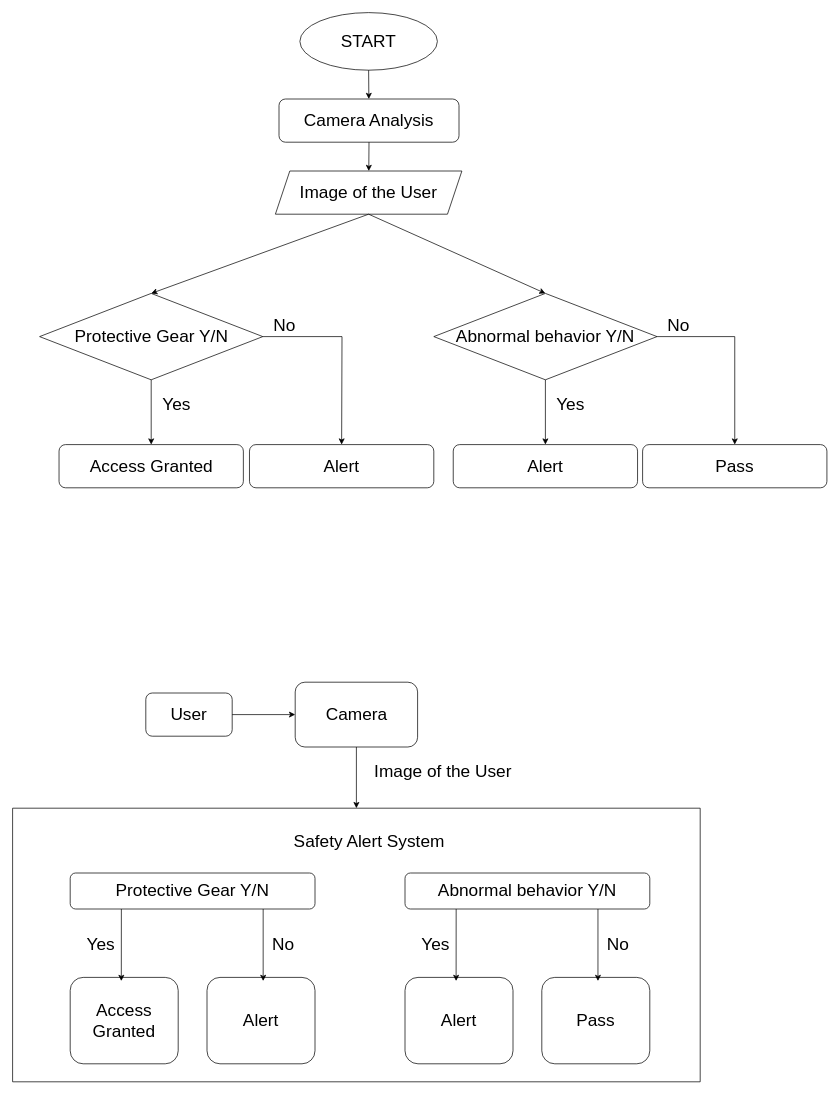
This is 4주차/자료/FlowChartsystem.drawio from JaeHyung-Jung/UNDERDOG, a draw.io file, before an edit. Source tidied: cells renumbered, new cells numbered last; positions are measured from the earlier drawing's top-left corner, leaving out a move shared by most shapes. Both pictures are drawn from the tidied source at 72%, with x=0, y=0 at pixel (12, 12).
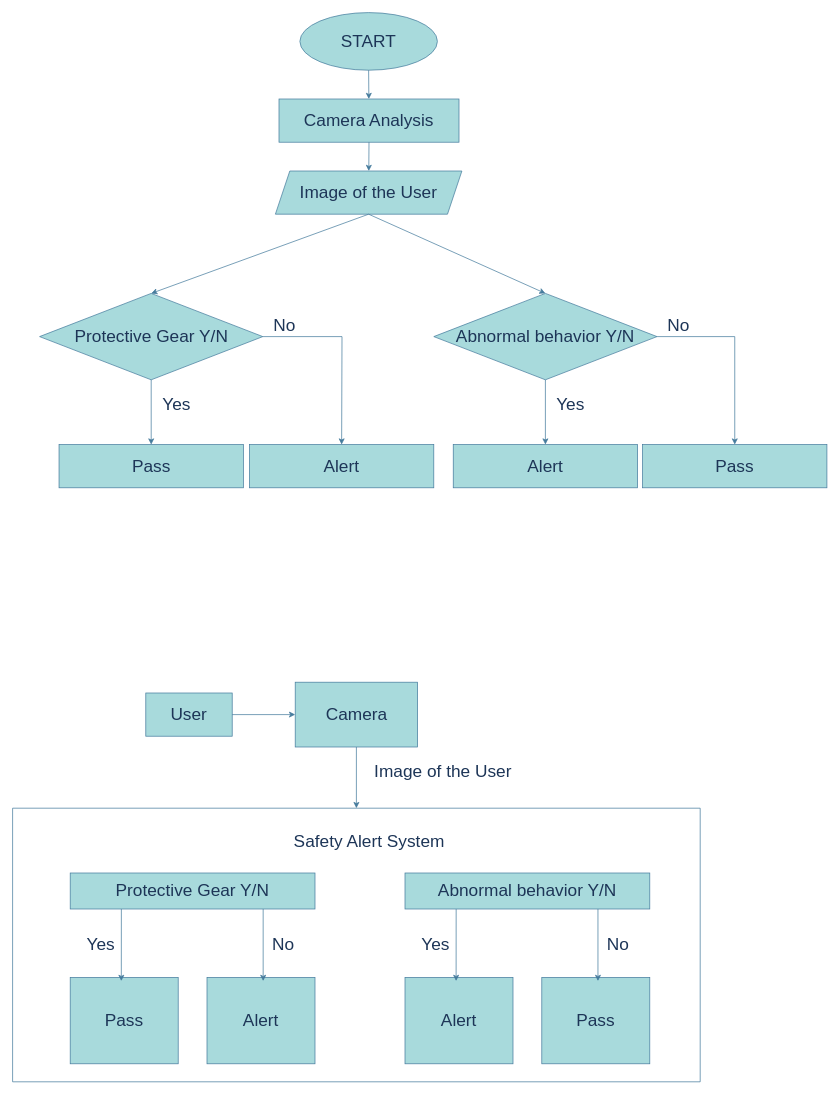
The same page after the edit.

Change to the diagram source:
```diff
@@
-<mxGraphModel>
+<mxGraphModel background="#ffffff">
@@
-    <mxCell id="2" value="User" style="rounded=1;whiteSpace=wrap;html=1;fontSize=24;" parent="1" vertex="1">
+    <mxCell id="2" value="User" style="rounded=0;whiteSpace=wrap;html=1;fontSize=24;fillColor=#A8DADC;strokeColor=#457B9D;fontColor=#1D3557;" parent="1" vertex="1">
       <mxGeometry x="185" y="945" width="120" height="60" as="geometry" />
     </mxCell>
-    <mxCell id="3" value="Camera" style="rounded=1;whiteSpace=wrap;html=1;fontSize=24;" parent="1" vertex="1">
+    <mxCell id="3" value="Camera" style="rounded=0;whiteSpace=wrap;html=1;fontSize=24;fillColor=#A8DADC;strokeColor=#457B9D;fontColor=#1D3557;" parent="1" vertex="1">
       <mxGeometry x="392.5" y="930" width="170" height="90" as="geometry" />
     </mxCell>
-    <mxCell id="4" style="endArrow=classic;html=1;rounded=0;fontSize=24;exitX=1;exitY=0.5;exitDx=0;exitDy=0;entryX=0;entryY=0.5;entryDx=0;entryDy=0;" parent="1" edge="1" source="2" target="3">
+    <mxCell id="4" style="endArrow=classic;html=1;rounded=0;fontSize=24;exitX=1;exitY=0.5;exitDx=0;exitDy=0;entryX=0;entryY=0.5;entryDx=0;entryDy=0;labelBackgroundColor=#F1FAEE;strokeColor=#457B9D;fontColor=#1D3557;" parent="1" edge="1" source="2" target="3">
       <mxGeometry relative="1" as="geometry" />
     </mxCell>
-    <mxCell id="5" style="endArrow=classic;html=1;rounded=0;fontSize=24;exitX=0.5;exitY=1;exitDx=0;exitDy=0;entryX=0.5;entryY=0;entryDx=0;entryDy=0;" parent="1" edge="1" source="3" target="6">
+    <mxCell id="5" style="endArrow=classic;html=1;rounded=0;fontSize=24;exitX=0.5;exitY=1;exitDx=0;exitDy=0;entryX=0.5;entryY=0;entryDx=0;entryDy=0;labelBackgroundColor=#F1FAEE;strokeColor=#457B9D;fontColor=#1D3557;" parent="1" edge="1" source="3" target="6">
       <mxGeometry relative="1" as="geometry" />
     </mxCell>
-    <mxCell id="6" style="swimlane;startSize=0;fontSize=24;" parent="1" vertex="1">
+    <mxCell id="6" style="swimlane;startSize=0;fontSize=24;rounded=0;fillColor=#A8DADC;strokeColor=#457B9D;fontColor=#1D3557;" parent="1" vertex="1">
       <mxGeometry y="1105" width="955" height="380" as="geometry" />
     </mxCell>
-    <mxCell id="7" value="&lt;font style=&quot;font-size: 24px;&quot;&gt;Safety Alert System&lt;/font&gt;" style="text;html=1;align=center;verticalAlign=middle;strokeColor=none;fillColor=none;fontSize=24;" parent="6" vertex="1">
+    <mxCell id="7" value="&lt;font style=&quot;font-size: 24px;&quot;&gt;Safety Alert System&lt;/font&gt;" style="text;html=1;align=center;verticalAlign=middle;strokeColor=none;fillColor=none;fontSize=24;rounded=0;fontColor=#1D3557;" parent="6" vertex="1">
       <mxGeometry x="385" y="32" width="220" height="30" as="geometry" />
     </mxCell>
-    <mxCell id="8" value="Alert" style="rounded=1;whiteSpace=wrap;html=1;fontSize=24;" parent="6" vertex="1">
+    <mxCell id="8" value="Alert" style="rounded=0;whiteSpace=wrap;html=1;fontSize=24;fillColor=#A8DADC;strokeColor=#457B9D;fontColor=#1D3557;" parent="6" vertex="1">
       <mxGeometry x="270" y="235" width="150" height="120" as="geometry" />
     </mxCell>
-    <mxCell id="9" value="Protective Gear Y/N" style="rounded=1;whiteSpace=wrap;html=1;fontSize=24;" parent="6" vertex="1">
+    <mxCell id="9" value="Protective Gear Y/N" style="rounded=0;whiteSpace=wrap;html=1;fontSize=24;fillColor=#A8DADC;strokeColor=#457B9D;fontColor=#1D3557;" parent="6" vertex="1">
       <mxGeometry x="80" y="90" width="340" height="50" as="geometry" />
     </mxCell>
-    <mxCell id="10" value="Access Granted" style="rounded=1;whiteSpace=wrap;html=1;fontSize=24;" parent="6" vertex="1">
+    <mxCell id="10" value="Pass" style="rounded=0;whiteSpace=wrap;html=1;fontSize=24;fillColor=#A8DADC;strokeColor=#457B9D;fontColor=#1D3557;" parent="6" vertex="1">
       <mxGeometry x="80" y="235" width="150" height="120" as="geometry" />
     </mxCell>
-    <mxCell id="11" style="endArrow=classic;html=1;rounded=0;fontSize=24;" parent="6" edge="1">
+    <mxCell id="11" style="endArrow=classic;html=1;rounded=0;fontSize=24;labelBackgroundColor=#F1FAEE;strokeColor=#457B9D;fontColor=#1D3557;" parent="6" edge="1">
       <mxGeometry relative="1" as="geometry">
         <mxPoint x="348" y="140" as="sourcePoint" />
         <mxPoint x="348" y="240" as="targetPoint" />
       </mxGeometry>
     </mxCell>
-    <mxCell id="12" value="No" style="text;html=1;strokeColor=none;fillColor=none;align=center;verticalAlign=middle;whiteSpace=wrap;rounded=0;fontSize=24;" parent="6" vertex="1">
+    <mxCell id="12" value="No" style="text;html=1;strokeColor=none;fillColor=none;align=center;verticalAlign=middle;whiteSpace=wrap;rounded=0;fontSize=24;fontColor=#1D3557;" parent="6" vertex="1">
       <mxGeometry x="346" y="175" width="60" height="30" as="geometry" />
     </mxCell>
-    <mxCell id="13" style="endArrow=classic;html=1;rounded=0;fontSize=24;exitX=0.209;exitY=1;exitDx=0;exitDy=0;exitPerimeter=0;" parent="6" edge="1" source="9">
+    <mxCell id="13" style="endArrow=classic;html=1;rounded=0;fontSize=24;exitX=0.209;exitY=1;exitDx=0;exitDy=0;exitPerimeter=0;labelBackgroundColor=#F1FAEE;strokeColor=#457B9D;fontColor=#1D3557;" parent="6" edge="1" source="9">
       <mxGeometry relative="1" as="geometry">
         <mxPoint x="151" y="240" as="targetPoint" />
       </mxGeometry>
     </mxCell>
-    <mxCell id="14" value="Yes&amp;nbsp;" style="text;html=1;strokeColor=none;fillColor=none;align=center;verticalAlign=middle;whiteSpace=wrap;rounded=0;fontSize=24;" parent="6" vertex="1">
+    <mxCell id="14" value="Yes&amp;nbsp;" style="text;html=1;strokeColor=none;fillColor=none;align=center;verticalAlign=middle;whiteSpace=wrap;rounded=0;fontSize=24;fontColor=#1D3557;" parent="6" vertex="1">
       <mxGeometry x="96" y="175" width="60" height="30" as="geometry" />
     </mxCell>
-    <mxCell id="15" value="Pass" style="rounded=1;whiteSpace=wrap;html=1;fontSize=24;" parent="6" vertex="1">
+    <mxCell id="15" value="Pass" style="rounded=0;whiteSpace=wrap;html=1;fontSize=24;fillColor=#A8DADC;strokeColor=#457B9D;fontColor=#1D3557;" parent="6" vertex="1">
       <mxGeometry x="735" y="235" width="150" height="120" as="geometry" />
     </mxCell>
-    <mxCell id="16" value="Abnormal behavior Y/N" style="rounded=1;whiteSpace=wrap;html=1;fontSize=24;" parent="6" vertex="1">
+    <mxCell id="16" value="Abnormal behavior Y/N" style="rounded=0;whiteSpace=wrap;html=1;fontSize=24;fillColor=#A8DADC;strokeColor=#457B9D;fontColor=#1D3557;" parent="6" vertex="1">
       <mxGeometry x="545" y="90" width="340" height="50" as="geometry" />
     </mxCell>
-    <mxCell id="17" value="Alert" style="rounded=1;whiteSpace=wrap;html=1;fontSize=24;" parent="6" vertex="1">
+    <mxCell id="17" value="Alert" style="rounded=0;whiteSpace=wrap;html=1;fontSize=24;fillColor=#A8DADC;strokeColor=#457B9D;fontColor=#1D3557;" parent="6" vertex="1">
       <mxGeometry x="545" y="235" width="150" height="120" as="geometry" />
     </mxCell>
-    <mxCell id="18" style="endArrow=classic;html=1;rounded=0;fontSize=24;" parent="6" edge="1">
+    <mxCell id="18" style="endArrow=classic;html=1;rounded=0;fontSize=24;labelBackgroundColor=#F1FAEE;strokeColor=#457B9D;fontColor=#1D3557;" parent="6" edge="1">
       <mxGeometry relative="1" as="geometry">
         <mxPoint x="813" y="140" as="sourcePoint" />
         <mxPoint x="813" y="240" as="targetPoint" />
       </mxGeometry>
     </mxCell>
-    <mxCell id="19" value="No" style="text;html=1;strokeColor=none;fillColor=none;align=center;verticalAlign=middle;whiteSpace=wrap;rounded=0;fontSize=24;" parent="6" vertex="1">
+    <mxCell id="19" value="No" style="text;html=1;strokeColor=none;fillColor=none;align=center;verticalAlign=middle;whiteSpace=wrap;rounded=0;fontSize=24;fontColor=#1D3557;" parent="6" vertex="1">
       <mxGeometry x="811" y="175" width="60" height="30" as="geometry" />
     </mxCell>
-    <mxCell id="20" style="endArrow=classic;html=1;rounded=0;fontSize=24;exitX=0.209;exitY=1;exitDx=0;exitDy=0;exitPerimeter=0;" parent="6" edge="1" source="16">
+    <mxCell id="20" style="endArrow=classic;html=1;rounded=0;fontSize=24;exitX=0.209;exitY=1;exitDx=0;exitDy=0;exitPerimeter=0;labelBackgroundColor=#F1FAEE;strokeColor=#457B9D;fontColor=#1D3557;" parent="6" edge="1" source="16">
       <mxGeometry relative="1" as="geometry">
         <mxPoint x="616" y="240" as="targetPoint" />
       </mxGeometry>
     </mxCell>
-    <mxCell id="21" value="Yes&amp;nbsp;" style="text;html=1;strokeColor=none;fillColor=none;align=center;verticalAlign=middle;whiteSpace=wrap;rounded=0;fontSize=24;" parent="6" vertex="1">
+    <mxCell id="21" value="Yes&amp;nbsp;" style="text;html=1;strokeColor=none;fillColor=none;align=center;verticalAlign=middle;whiteSpace=wrap;rounded=0;fontSize=24;fontColor=#1D3557;" parent="6" vertex="1">
       <mxGeometry x="561" y="175" width="60" height="30" as="geometry" />
     </mxCell>
-    <mxCell id="22" value="Image of the User" style="text;html=1;strokeColor=none;fillColor=none;align=center;verticalAlign=middle;whiteSpace=wrap;rounded=0;fontSize=24;" parent="1" vertex="1">
+    <mxCell id="22" value="Image of the User" style="text;html=1;strokeColor=none;fillColor=none;align=center;verticalAlign=middle;whiteSpace=wrap;rounded=0;fontSize=24;fontColor=#1D3557;" parent="1" vertex="1">
       <mxGeometry x="445" y="1039" width="306" height="30" as="geometry" />
     </mxCell>
-    <mxCell id="23" value="Image of the User" style="shape=parallelogram;perimeter=parallelogramPerimeter;whiteSpace=wrap;html=1;fixedSize=1;fontSize=24;" parent="1" vertex="1">
+    <mxCell id="23" value="Image of the User" style="shape=parallelogram;perimeter=parallelogramPerimeter;whiteSpace=wrap;html=1;fixedSize=1;fontSize=24;rounded=0;fillColor=#A8DADC;strokeColor=#457B9D;fontColor=#1D3557;" parent="1" vertex="1">
       <mxGeometry x="365" y="220" width="259" height="60" as="geometry" />
     </mxCell>
-    <mxCell id="24" value="START" style="ellipse;whiteSpace=wrap;html=1;fontSize=24;" parent="1" vertex="1">
+    <mxCell id="24" value="START" style="ellipse;whiteSpace=wrap;html=1;fontSize=24;rounded=0;fillColor=#A8DADC;strokeColor=#457B9D;fontColor=#1D3557;" parent="1" vertex="1">
       <mxGeometry x="399" width="191" height="80" as="geometry" />
     </mxCell>
-    <mxCell id="25" value="Camera Analysis" style="rounded=1;whiteSpace=wrap;html=1;fontSize=24;" parent="1" vertex="1">
+    <mxCell id="25" value="Camera Analysis" style="rounded=0;whiteSpace=wrap;html=1;fontSize=24;fillColor=#A8DADC;strokeColor=#457B9D;fontColor=#1D3557;" parent="1" vertex="1">
       <mxGeometry x="370" y="120" width="250" height="60" as="geometry" />
     </mxCell>
-    <mxCell id="26" value="Protective Gear Y/N" style="rhombus;whiteSpace=wrap;html=1;fontSize=24;" parent="1" vertex="1">
+    <mxCell id="26" value="Protective Gear Y/N" style="rhombus;whiteSpace=wrap;html=1;fontSize=24;rounded=0;fillColor=#A8DADC;strokeColor=#457B9D;fontColor=#1D3557;" parent="1" vertex="1">
       <mxGeometry x="37.5" y="390" width="310" height="120" as="geometry" />
     </mxCell>
-    <mxCell id="27" style="endArrow=classic;html=1;rounded=0;fontSize=24;exitX=1;exitY=0.5;exitDx=0;exitDy=0;entryX=0.5;entryY=0;entryDx=0;entryDy=0;" parent="1" edge="1" source="26" target="42">
+    <mxCell id="27" style="endArrow=classic;html=1;rounded=0;fontSize=24;exitX=1;exitY=0.5;exitDx=0;exitDy=0;entryX=0.5;entryY=0;entryDx=0;entryDy=0;labelBackgroundColor=#F1FAEE;strokeColor=#457B9D;fontColor=#1D3557;" parent="1" edge="1" source="26" target="42">
       <mxGeometry relative="1" as="geometry">
         <Array as="points">
           <mxPoint x="457.5" y="450" />
         </Array>
       </mxGeometry>
     </mxCell>
-    <mxCell id="28" style="endArrow=classic;html=1;rounded=0;fontSize=24;exitX=0.5;exitY=1;exitDx=0;exitDy=0;entryX=0.5;entryY=0;entryDx=0;entryDy=0;" parent="1" edge="1" source="26">
+    <mxCell id="28" style="endArrow=classic;html=1;rounded=0;fontSize=24;exitX=0.5;exitY=1;exitDx=0;exitDy=0;entryX=0.5;entryY=0;entryDx=0;entryDy=0;labelBackgroundColor=#F1FAEE;strokeColor=#457B9D;fontColor=#1D3557;" parent="1" edge="1" source="26">
       <mxGeometry relative="1" as="geometry">
         <mxPoint x="192.5" y="600" as="targetPoint" />
       </mxGeometry>
     </mxCell>
-    <mxCell id="29" style="endArrow=classic;html=1;rounded=0;fontSize=24;exitX=0.5;exitY=1;exitDx=0;exitDy=0;" parent="1" edge="1" source="24" target="25">
+    <mxCell id="29" style="endArrow=classic;html=1;rounded=0;fontSize=24;exitX=0.5;exitY=1;exitDx=0;exitDy=0;labelBackgroundColor=#F1FAEE;strokeColor=#457B9D;fontColor=#1D3557;" parent="1" edge="1" source="24" target="25">
       <mxGeometry relative="1" as="geometry" />
     </mxCell>
-    <mxCell id="30" style="endArrow=classic;html=1;rounded=0;fontSize=24;exitX=0.5;exitY=1;exitDx=0;exitDy=0;" parent="1" edge="1" source="25" target="23">
+    <mxCell id="30" style="endArrow=classic;html=1;rounded=0;fontSize=24;exitX=0.5;exitY=1;exitDx=0;exitDy=0;labelBackgroundColor=#F1FAEE;strokeColor=#457B9D;fontColor=#1D3557;" parent="1" edge="1" source="25" target="23">
       <mxGeometry relative="1" as="geometry" />
     </mxCell>
-    <mxCell id="31" style="endArrow=classic;html=1;rounded=0;fontSize=24;entryX=0.5;entryY=0;entryDx=0;entryDy=0;exitX=0.5;exitY=1;exitDx=0;exitDy=0;" parent="1" edge="1" source="23" target="26">
+    <mxCell id="31" style="endArrow=classic;html=1;rounded=0;fontSize=24;entryX=0.5;entryY=0;entryDx=0;entryDy=0;exitX=0.5;exitY=1;exitDx=0;exitDy=0;labelBackgroundColor=#F1FAEE;strokeColor=#457B9D;fontColor=#1D3557;" parent="1" edge="1" source="23" target="26">
       <mxGeometry relative="1" as="geometry" />
     </mxCell>
-    <mxCell id="32" value="No" style="text;html=1;strokeColor=none;fillColor=none;align=center;verticalAlign=middle;whiteSpace=wrap;rounded=0;fontSize=24;" parent="1" vertex="1">
+    <mxCell id="32" value="No" style="text;html=1;strokeColor=none;fillColor=none;align=center;verticalAlign=middle;whiteSpace=wrap;rounded=0;fontSize=24;fontColor=#1D3557;" parent="1" vertex="1">
       <mxGeometry x="347.5" y="420" width="60" height="30" as="geometry" />
     </mxCell>
-    <mxCell id="33" value="Yes" style="text;html=1;strokeColor=none;fillColor=none;align=center;verticalAlign=middle;whiteSpace=wrap;rounded=0;fontSize=24;" parent="1" vertex="1">
+    <mxCell id="33" value="Yes" style="text;html=1;strokeColor=none;fillColor=none;align=center;verticalAlign=middle;whiteSpace=wrap;rounded=0;fontSize=24;fontColor=#1D3557;" parent="1" vertex="1">
       <mxGeometry x="197.5" y="530" width="60" height="30" as="geometry" />
     </mxCell>
-    <mxCell id="34" value="Abnormal behavior Y/N" style="rhombus;whiteSpace=wrap;html=1;fontSize=24;" parent="1" vertex="1">
+    <mxCell id="34" value="Abnormal behavior Y/N" style="rhombus;whiteSpace=wrap;html=1;fontSize=24;rounded=0;fillColor=#A8DADC;strokeColor=#457B9D;fontColor=#1D3557;" parent="1" vertex="1">
       <mxGeometry x="585" y="390" width="310" height="120" as="geometry" />
     </mxCell>
-    <mxCell id="35" value="Alert" style="rounded=1;whiteSpace=wrap;html=1;fontSize=24;" parent="1" vertex="1">
+    <mxCell id="35" value="Alert" style="rounded=0;whiteSpace=wrap;html=1;fontSize=24;fillColor=#A8DADC;strokeColor=#457B9D;fontColor=#1D3557;" parent="1" vertex="1">
       <mxGeometry x="612" y="600" width="256" height="60" as="geometry" />
     </mxCell>
-    <mxCell id="36" style="endArrow=classic;html=1;rounded=0;fontSize=24;exitX=1;exitY=0.5;exitDx=0;exitDy=0;entryX=0.5;entryY=0;entryDx=0;entryDy=0;" parent="1" edge="1" source="34" target="43">
+    <mxCell id="36" style="endArrow=classic;html=1;rounded=0;fontSize=24;exitX=1;exitY=0.5;exitDx=0;exitDy=0;entryX=0.5;entryY=0;entryDx=0;entryDy=0;labelBackgroundColor=#F1FAEE;strokeColor=#457B9D;fontColor=#1D3557;" parent="1" edge="1" source="34" target="43">
       <mxGeometry relative="1" as="geometry">
         <Array as="points">
           <mxPoint x="1003" y="450" />
         </Array>
       </mxGeometry>
     </mxCell>
-    <mxCell id="37" style="endArrow=classic;html=1;rounded=0;fontSize=24;exitX=0.5;exitY=1;exitDx=0;exitDy=0;entryX=0.5;entryY=0;entryDx=0;entryDy=0;" parent="1" edge="1" source="34" target="35">
+    <mxCell id="37" style="endArrow=classic;html=1;rounded=0;fontSize=24;exitX=0.5;exitY=1;exitDx=0;exitDy=0;entryX=0.5;entryY=0;entryDx=0;entryDy=0;labelBackgroundColor=#F1FAEE;strokeColor=#457B9D;fontColor=#1D3557;" parent="1" edge="1" source="34" target="35">
       <mxGeometry relative="1" as="geometry" />
     </mxCell>
-    <mxCell id="38" value="No" style="text;html=1;strokeColor=none;fillColor=none;align=center;verticalAlign=middle;whiteSpace=wrap;rounded=0;fontSize=24;" parent="1" vertex="1">
+    <mxCell id="38" value="No" style="text;html=1;strokeColor=none;fillColor=none;align=center;verticalAlign=middle;whiteSpace=wrap;rounded=0;fontSize=24;fontColor=#1D3557;" parent="1" vertex="1">
       <mxGeometry x="895" y="420" width="60" height="30" as="geometry" />
     </mxCell>
-    <mxCell id="39" value="Yes" style="text;html=1;strokeColor=none;fillColor=none;align=center;verticalAlign=middle;whiteSpace=wrap;rounded=0;fontSize=24;" parent="1" vertex="1">
+    <mxCell id="39" value="Yes" style="text;html=1;strokeColor=none;fillColor=none;align=center;verticalAlign=middle;whiteSpace=wrap;rounded=0;fontSize=24;fontColor=#1D3557;" parent="1" vertex="1">
       <mxGeometry x="745" y="530" width="60" height="30" as="geometry" />
     </mxCell>
-    <mxCell id="40" style="endArrow=classic;html=1;fontSize=24;entryX=0.5;entryY=0;entryDx=0;entryDy=0;exitX=0.5;exitY=1;exitDx=0;exitDy=0;" parent="1" edge="1" source="23" target="34">
+    <mxCell id="40" style="endArrow=classic;html=1;fontSize=24;entryX=0.5;entryY=0;entryDx=0;entryDy=0;exitX=0.5;exitY=1;exitDx=0;exitDy=0;rounded=0;labelBackgroundColor=#F1FAEE;strokeColor=#457B9D;fontColor=#1D3557;" parent="1" edge="1" source="23" target="34">
       <mxGeometry relative="1" as="geometry" />
     </mxCell>
-    <mxCell id="41" value="Access Granted" style="rounded=1;whiteSpace=wrap;html=1;fontSize=24;" parent="1" vertex="1">
+    <mxCell id="41" value="Pass" style="rounded=0;whiteSpace=wrap;html=1;fontSize=24;fillColor=#A8DADC;strokeColor=#457B9D;fontColor=#1D3557;" parent="1" vertex="1">
       <mxGeometry x="64.5" y="600" width="256" height="60" as="geometry" />
     </mxCell>
-    <mxCell id="42" value="Alert" style="rounded=1;whiteSpace=wrap;html=1;fontSize=24;" parent="1" vertex="1">
+    <mxCell id="42" value="Alert" style="rounded=0;whiteSpace=wrap;html=1;fontSize=24;fillColor=#A8DADC;strokeColor=#457B9D;fontColor=#1D3557;" parent="1" vertex="1">
       <mxGeometry x="329" y="600" width="256" height="60" as="geometry" />
     </mxCell>
-    <mxCell id="43" value="Pass" style="rounded=1;whiteSpace=wrap;html=1;fontSize=24;" parent="1" vertex="1">
+    <mxCell id="43" value="Pass" style="rounded=0;whiteSpace=wrap;html=1;fontSize=24;fillColor=#A8DADC;strokeColor=#457B9D;fontColor=#1D3557;" parent="1" vertex="1">
       <mxGeometry x="875" y="600" width="256" height="60" as="geometry" />
     </mxCell>
```
